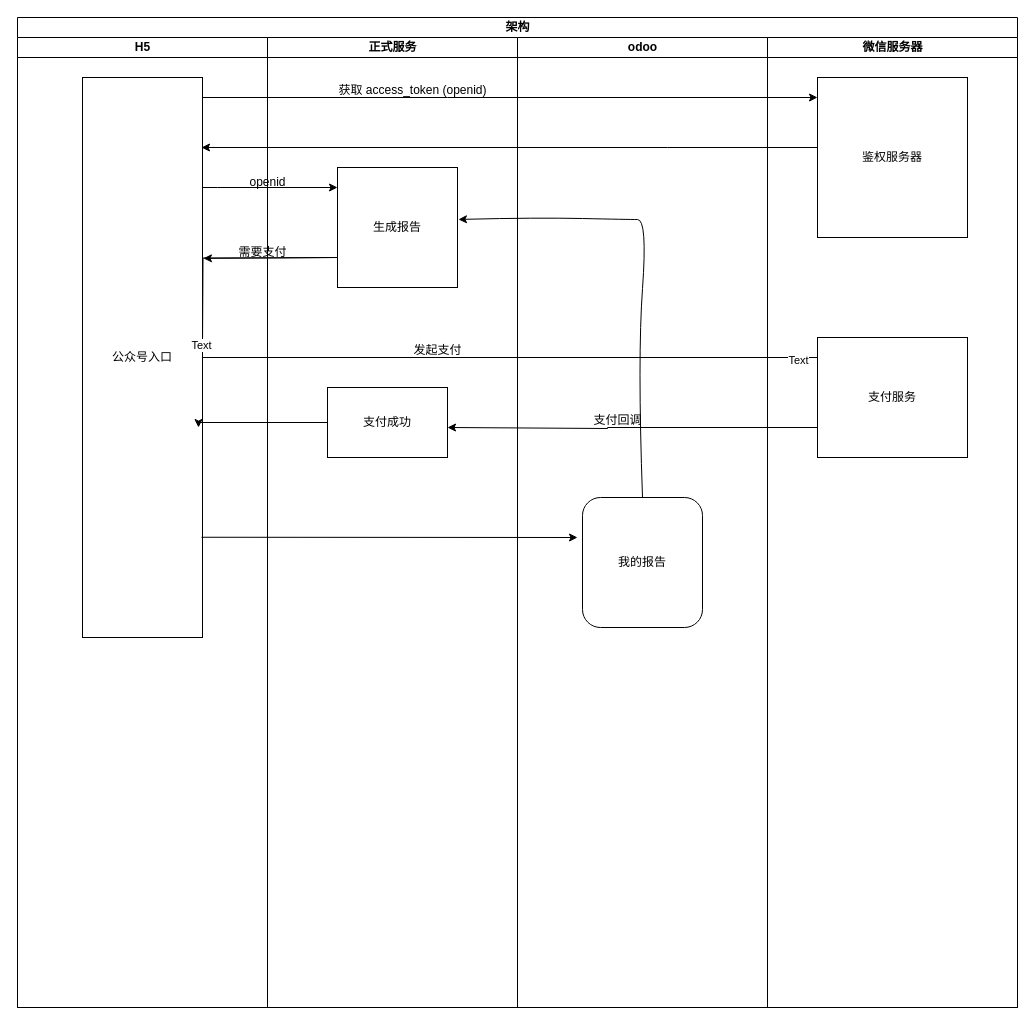
This is 未命名绘图.drawio from Scorpio-nan/draw-io-workspace, a draw.io file, before an edit. Source tidied: cells renumbered, new cells numbered last; positions are measured from the earlier drawing's top-left corner, leaving out a move shared by most shapes. Both pictures are drawn from the tidied source at 100%, with x=0, y=0 at pixel (17, 17).
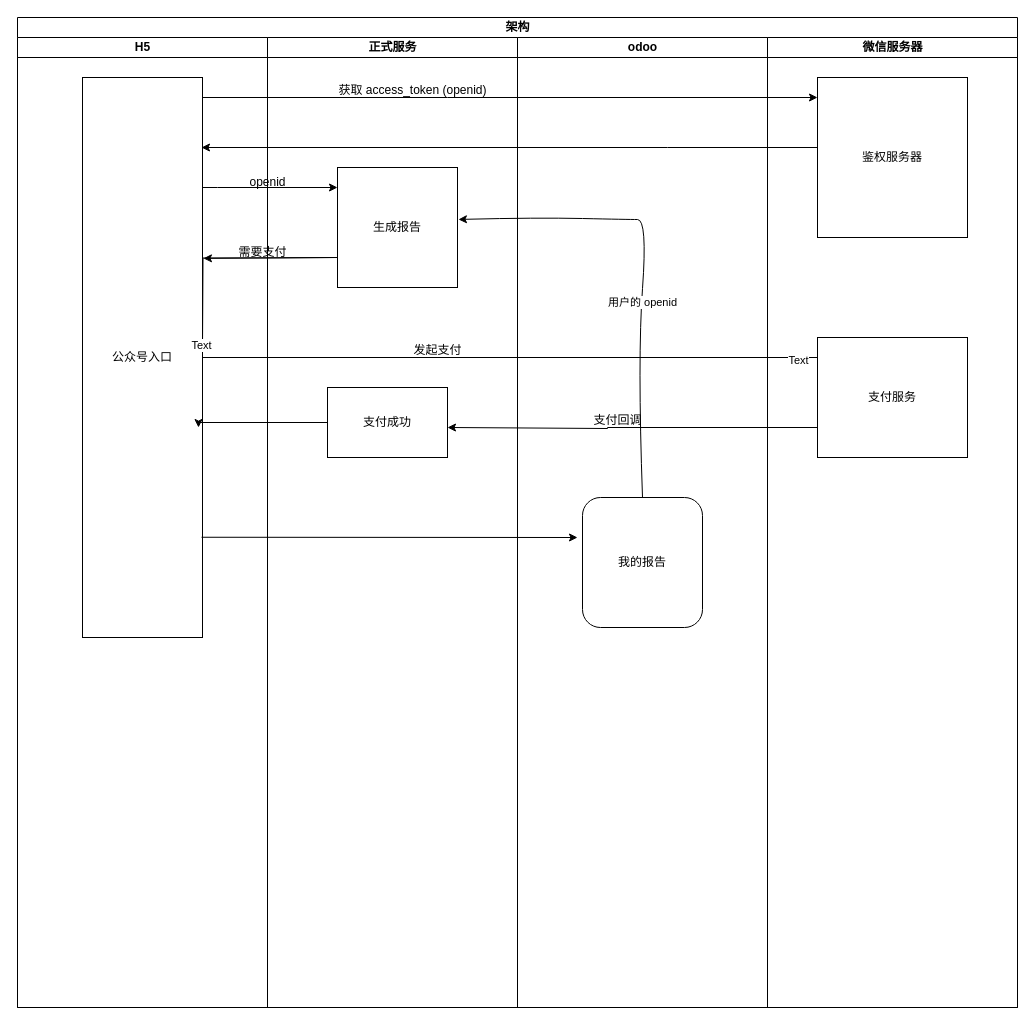
After the change.

Commit message (it also covers changes not shown here):
H5公众号入口.drawio

The change refers to these unchanged cells:
```xml
<mxCell id="21" style="curved=1;endArrow=classic;html=1;rounded=0;exitX=0.5;exitY=0;exitDx=0;exitDy=0;entryX=1.008;entryY=0.433;entryDx=0;entryDy=0;entryPerimeter=0;" parent="17" edge="1" source="18" target="13">
  <mxGeometry relative="1" as="geometry">
    <Array as="points">
      <mxPoint x="120" y="320" />
      <mxPoint x="130" y="182" />
      <mxPoint x="110" y="182" />
      <mxPoint x="20" y="180" />
    </Array>
  </mxGeometry>
</mxCell>
```

What changed in the source:
```diff
@@
+    <mxCell id="30" value="用户的 openid" style="edgeLabel;html=1;align=center;verticalAlign=middle;" parent="21" vertex="1">
+      <mxGeometry x="-0.16" relative="1" as="geometry" />
+    </mxCell>
```
